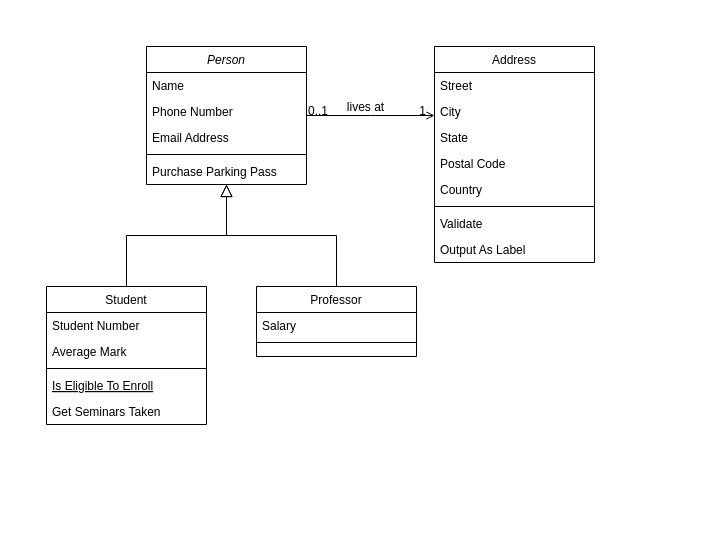
gustavojose136/aula-facul keeps this draw.io diagram as REQUISITOS_MODELAGEM_E_ANÁLISE_DE_DADOS/aula03/word/exe_03.drawio. Above is the earlier version. Source tidied: cells renumbered, new cells numbered last; positions are measured from the earlier drawing's top-left corner, leaving out a move shared by most shapes. Both pictures are drawn from the tidied source at 100%, with x=0, y=0 at pixel (46, 46).
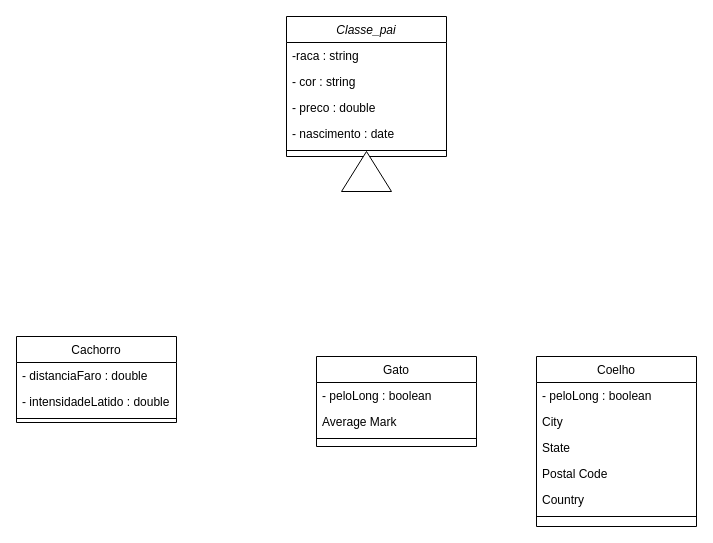
The same page after the edit.

The edit, as a diff of the source:
```diff
@@
-    <mxCell id="2" value="Person" style="swimlane;fontStyle=2;align=center;verticalAlign=top;horizontal=1;startSize=26;rounded=0;shadow=0;strokeWidth=1;" parent="1" vertex="1">
-      <mxGeometry x="100" width="160" height="138" as="geometry" />
+    <mxCell id="2" value="Classe_pai" style="swimlane;fontStyle=2;align=center;verticalAlign=top;horizontal=1;startSize=26;rounded=0;shadow=0;strokeWidth=1;" parent="1" vertex="1">
+      <mxGeometry x="240" y="-30" width="160" height="140" as="geometry" />
     </mxCell>
-    <mxCell id="3" value="Name" style="text;align=left;verticalAlign=top;spacingLeft=4;spacingRight=4;overflow=hidden;" parent="2" vertex="1">
+    <mxCell id="3" value="-raca : string" style="text;align=left;verticalAlign=top;spacingLeft=4;spacingRight=4;overflow=hidden;" parent="2" vertex="1">
       <mxGeometry y="26" width="160" height="26" as="geometry" />
     </mxCell>
-    <mxCell id="4" value="Phone Number" style="text;align=left;verticalAlign=top;spacingLeft=4;spacingRight=4;overflow=hidden;rounded=0;shadow=0;html=0;" parent="2" vertex="1">
+    <mxCell id="4" value="- cor : string" style="text;align=left;verticalAlign=top;spacingLeft=4;spacingRight=4;overflow=hidden;rounded=0;shadow=0;html=0;" parent="2" vertex="1">
       <mxGeometry y="52" width="160" height="26" as="geometry" />
     </mxCell>
-    <mxCell id="5" value="Email Address" style="text;align=left;verticalAlign=top;spacingLeft=4;spacingRight=4;overflow=hidden;rounded=0;shadow=0;html=0;" parent="2" vertex="1">
+    <mxCell id="5" value="- preco : double" style="text;align=left;verticalAlign=top;spacingLeft=4;spacingRight=4;overflow=hidden;rounded=0;shadow=0;html=0;" parent="2" vertex="1">
       <mxGeometry y="78" width="160" height="26" as="geometry" />
     </mxCell>
+    <mxCell id="32" value="- nascimento : date" style="text;align=left;verticalAlign=top;spacingLeft=4;spacingRight=4;overflow=hidden;rounded=0;shadow=0;html=0;" parent="2" vertex="1">
+      <mxGeometry y="104" width="160" height="26" as="geometry" />
+    </mxCell>
     <mxCell id="6" style="line;html=1;strokeWidth=1;align=left;verticalAlign=middle;spacingTop=-1;spacingLeft=3;spacingRight=3;labelPosition=right;" parent="2" vertex="1">
-      <mxGeometry y="104" width="160" height="8" as="geometry" />
+      <mxGeometry y="130" width="160" height="8" as="geometry" />
     </mxCell>
-    <mxCell id="7" value="Purchase Parking Pass" style="text;align=left;verticalAlign=top;spacingLeft=4;spacingRight=4;overflow=hidden;" parent="2" vertex="1">
-      <mxGeometry y="112" width="160" height="26" as="geometry" />
-    </mxCell>
-    <mxCell id="8" value="Student" style="swimlane;fontStyle=0;align=center;verticalAlign=top;horizontal=1;startSize=26;rounded=0;shadow=0;strokeWidth=1;" parent="1" vertex="1">
-      <mxGeometry y="240" width="160" height="138" as="geometry" />
+    <mxCell id="8" value="Gato" style="swimlane;fontStyle=0;align=center;verticalAlign=top;horizontal=1;startSize=26;rounded=0;shadow=0;strokeWidth=1;" parent="1" vertex="1">
+      <mxGeometry x="270" y="310" width="160" height="90" as="geometry" />
     </mxCell>
-    <mxCell id="9" value="Student Number" style="text;align=left;verticalAlign=top;spacingLeft=4;spacingRight=4;overflow=hidden;" parent="8" vertex="1">
-      <mxGeometry y="26" width="160" height="26" as="geometry" />
-    </mxCell>
+    <mxCell id="33" value="- peloLong : boolean" style="text;align=left;verticalAlign=top;spacingLeft=4;spacingRight=4;overflow=hidden;rounded=0;shadow=0;html=0;" parent="8" vertex="1">
+      <mxGeometry y="26" width="160" height="26" as="geometry" />
+    </mxCell>
@@
-    <mxCell id="12" value="Is Eligible To Enroll" style="text;align=left;verticalAlign=top;spacingLeft=4;spacingRight=4;overflow=hidden;fontStyle=4;" parent="8" vertex="1">
-      <mxGeometry y="86" width="160" height="26" as="geometry" />
-    </mxCell>
-    <mxCell id="13" value="Get Seminars Taken" style="text;align=left;verticalAlign=top;spacingLeft=4;spacingRight=4;overflow=hidden;" parent="8" vertex="1">
-      <mxGeometry y="112" width="160" height="26" as="geometry" />
-    </mxCell>
-    <mxCell id="14" style="endArrow=block;endSize=10;endFill=0;shadow=0;strokeWidth=1;rounded=0;edgeStyle=elbowEdgeStyle;elbow=vertical;" parent="1" edge="1" source="8" target="2">
-      <mxGeometry relative="1" as="geometry" />
-    </mxCell>
-    <mxCell id="15" value="Professor" style="swimlane;fontStyle=0;align=center;verticalAlign=top;horizontal=1;startSize=26;rounded=0;shadow=0;strokeWidth=1;" parent="1" vertex="1">
-      <mxGeometry x="210" y="240" width="160" height="70" as="geometry" />
+    <mxCell id="15" value="Cachorro" style="swimlane;fontStyle=0;align=center;verticalAlign=top;horizontal=1;startSize=26;rounded=0;shadow=0;strokeWidth=1;" parent="1" vertex="1">
+      <mxGeometry x="-30" y="290" width="160" height="86" as="geometry" />
     </mxCell>
-    <mxCell id="16" value="Salary" style="text;align=left;verticalAlign=top;spacingLeft=4;spacingRight=4;overflow=hidden;" parent="15" vertex="1">
+    <mxCell id="16" value="- distanciaFaro : double" style="text;align=left;verticalAlign=top;spacingLeft=4;spacingRight=4;overflow=hidden;" parent="15" vertex="1">
       <mxGeometry y="26" width="160" height="26" as="geometry" />
     </mxCell>
+    <mxCell id="34" value="- intensidadeLatido : double" style="text;align=left;verticalAlign=top;spacingLeft=4;spacingRight=4;overflow=hidden;" parent="15" vertex="1">
+      <mxGeometry y="52" width="160" height="26" as="geometry" />
+    </mxCell>
     <mxCell id="17" style="line;html=1;strokeWidth=1;align=left;verticalAlign=middle;spacingTop=-1;spacingLeft=3;spacingRight=3;labelPosition=right;" parent="15" vertex="1">
-      <mxGeometry y="52" width="160" height="8" as="geometry" />
+      <mxGeometry y="78" width="160" height="8" as="geometry" />
     </mxCell>
-    <mxCell id="18" style="endArrow=block;endSize=10;endFill=0;shadow=0;strokeWidth=1;rounded=0;edgeStyle=elbowEdgeStyle;elbow=vertical;" parent="1" edge="1" source="15" target="2">
-      <mxGeometry relative="1" as="geometry" />
-    </mxCell>
-    <mxCell id="19" value="Address" style="swimlane;fontStyle=0;align=center;verticalAlign=top;horizontal=1;startSize=26;rounded=0;shadow=0;strokeWidth=1;" parent="1" vertex="1">
-      <mxGeometry x="388" width="160" height="216" as="geometry" />
+    <mxCell id="19" value="Coelho" style="swimlane;fontStyle=0;align=center;verticalAlign=top;horizontal=1;startSize=26;rounded=0;shadow=0;strokeWidth=1;" parent="1" vertex="1">
+      <mxGeometry x="490" y="310" width="160" height="170" as="geometry" />
     </mxCell>
-    <mxCell id="20" value="Street" style="text;align=left;verticalAlign=top;spacingLeft=4;spacingRight=4;overflow=hidden;" parent="19" vertex="1">
-      <mxGeometry y="26" width="160" height="26" as="geometry" />
-    </mxCell>
+    <mxCell id="35" value="- peloLong : boolean" style="text;align=left;verticalAlign=top;spacingLeft=4;spacingRight=4;overflow=hidden;rounded=0;shadow=0;html=0;" parent="19" vertex="1">
+      <mxGeometry y="26" width="160" height="26" as="geometry" />
+    </mxCell>
@@
-    <mxCell id="26" value="Validate" style="text;align=left;verticalAlign=top;spacingLeft=4;spacingRight=4;overflow=hidden;" parent="19" vertex="1">
-      <mxGeometry y="164" width="160" height="26" as="geometry" />
-    </mxCell>
-    <mxCell id="27" value="Output As Label" style="text;align=left;verticalAlign=top;spacingLeft=4;spacingRight=4;overflow=hidden;" parent="19" vertex="1">
-      <mxGeometry y="190" width="160" height="26" as="geometry" />
-    </mxCell>
-    <mxCell id="28" style="endArrow=open;shadow=0;strokeWidth=1;rounded=0;endFill=1;edgeStyle=elbowEdgeStyle;elbow=vertical;" parent="1" edge="1" source="2" target="19">
-      <mxGeometry x="0.5" y="41" relative="1" as="geometry">
-        <mxPoint x="-40" y="32" as="offset" />
-      </mxGeometry>
-    </mxCell>
-    <mxCell id="29" value="0..1" style="align=left;verticalAlign=bottom;labelBackgroundColor=none;fontSize=12;" parent="28" vertex="1">
-      <mxGeometry x="-1" relative="1" as="geometry">
-        <mxPoint y="4" as="offset" />
-      </mxGeometry>
-    </mxCell>
-    <mxCell id="30" value="1" style="align=right;verticalAlign=bottom;labelBackgroundColor=none;fontSize=12;" parent="28" vertex="1">
-      <mxGeometry x="1" relative="1" as="geometry">
-        <mxPoint x="-7" y="4" as="offset" />
-      </mxGeometry>
-    </mxCell>
-    <mxCell id="31" value="lives at" style="text;html=1;align=center;verticalAlign=middle;labelBackgroundColor=none;rounded=0;shadow=0;strokeWidth=1;fontSize=12;" parent="28" vertex="1">
-      <mxGeometry x="0.5" y="49" relative="1" as="geometry">
-        <mxPoint x="-38" y="40" as="offset" />
-      </mxGeometry>
-    </mxCell>
+    <mxCell id="36" style="triangle;whiteSpace=wrap;html=1;rotation=-90;" parent="1" vertex="1">
+      <mxGeometry x="300" y="100" width="40" height="50" as="geometry" />
+    </mxCell>
```
